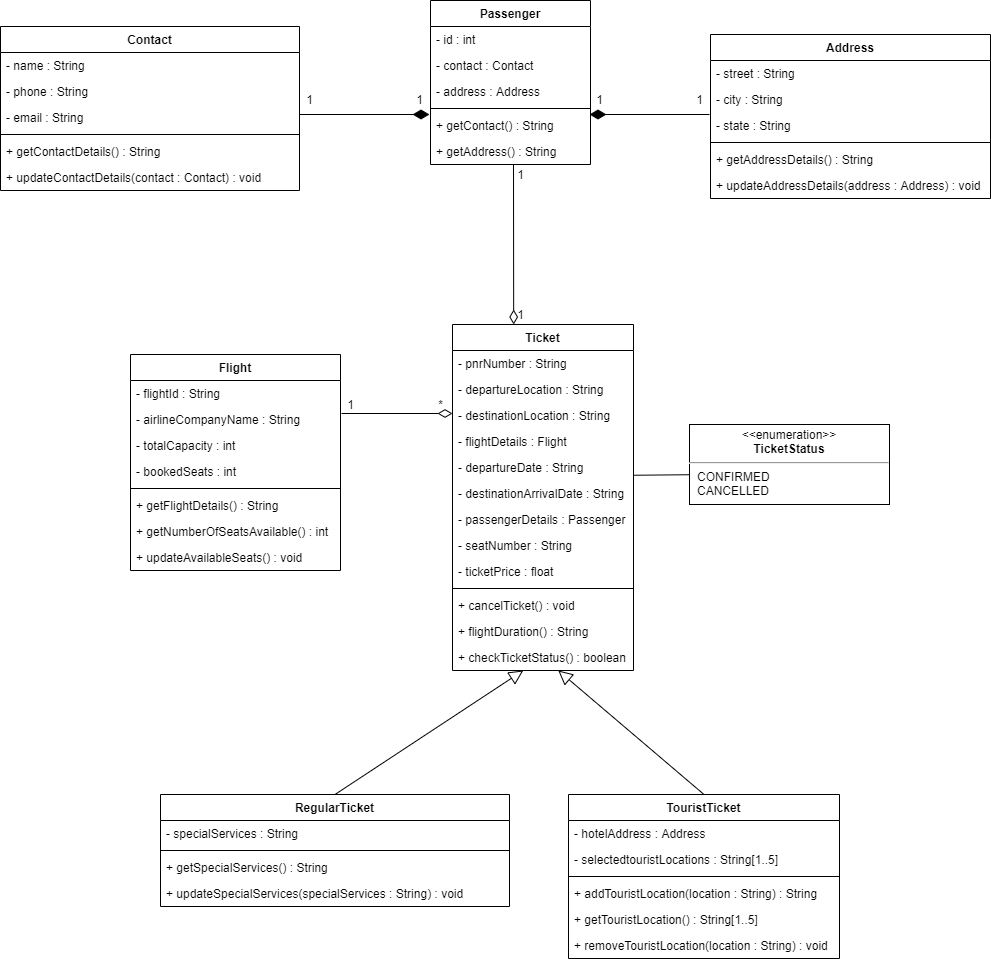
SilentSaint/FlightReservationSystemOOAD keeps this draw.io diagram as FRPpng.png. Above is the earlier version. Source tidied: cells renumbered, new cells last; positions are measured from the earlier drawing's top-left corner, leaving out a move shared by most shapes.
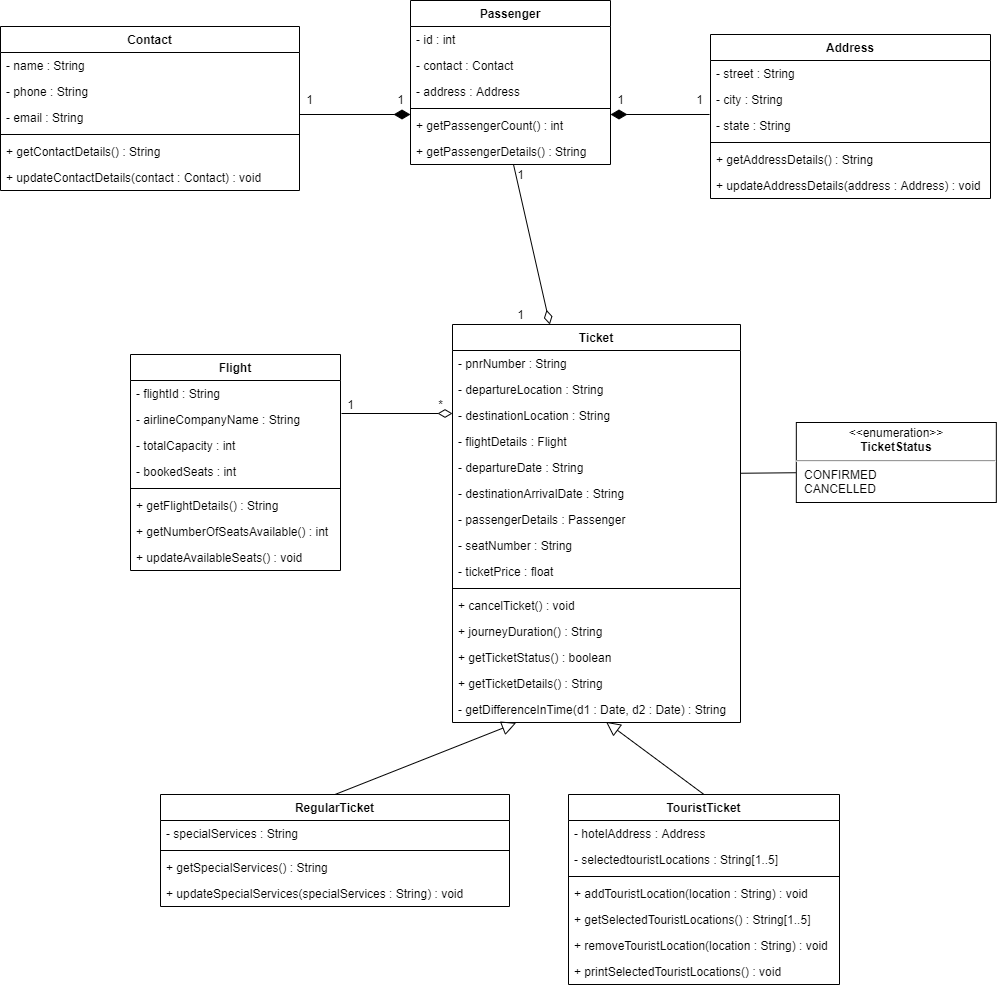
After the change.

Commit message:
updated UML diagrams and completed all the requirements of checkpoint 4

Diff of the diagram source:
```diff
@@ -4,13 +4,13 @@
     <mxCell id="1" parent="0" />
     <mxCell id="2" style="endArrow=none;html=1;endSize=12;startArrow=diamondThin;startSize=14;startFill=1;edgeStyle=orthogonalEdgeStyle;align=left;verticalAlign=bottom;endFill=0;" parent="1" edge="1">
       <mxGeometry x="-1" y="3" relative="1" as="geometry">
-        <mxPoint x="429" y="114" as="sourcePoint" />
+        <mxPoint x="410" y="114" as="sourcePoint" />
         <mxPoint x="299" y="114" as="targetPoint" />
       </mxGeometry>
     </mxCell>
     <mxCell id="3" style="endArrow=none;html=1;endSize=12;startArrow=diamondThin;startSize=14;startFill=1;edgeStyle=orthogonalEdgeStyle;align=left;verticalAlign=bottom;endFill=0;" parent="1" edge="1">
       <mxGeometry x="-0.83" y="20" relative="1" as="geometry">
-        <mxPoint x="589" y="114" as="sourcePoint" />
+        <mxPoint x="610" y="114" as="sourcePoint" />
         <mxPoint x="709" y="114" as="targetPoint" />
       </mxGeometry>
     </mxCell>
@@ -18,56 +18,62 @@
       <mxGeometry x="299" y="89" width="20" height="20" as="geometry" />
     </mxCell>
     <mxCell id="5" value="1" style="text;html=1;align=center;verticalAlign=middle;" parent="1" vertex="1">
-      <mxGeometry x="409" y="89" width="20" height="20" as="geometry" />
+      <mxGeometry x="390" y="89" width="20" height="20" as="geometry" />
     </mxCell>
     <mxCell id="6" value="1" style="text;html=1;align=center;verticalAlign=middle;" parent="1" vertex="1">
-      <mxGeometry x="589" y="89" width="20" height="20" as="geometry" />
+      <mxGeometry x="610" y="89" width="20" height="20" as="geometry" />
     </mxCell>
     <mxCell id="7" value="1" style="text;html=1;align=center;verticalAlign=middle;" parent="1" vertex="1">
       <mxGeometry x="689" y="89" width="20" height="20" as="geometry" />
     </mxCell>
     <mxCell id="8" value="Ticket" style="swimlane;fontStyle=1;align=center;verticalAlign=top;horizontal=1;startSize=26;" parent="1" vertex="1">
-      <mxGeometry x="452" y="324" width="181" height="346" as="geometry" />
+      <mxGeometry x="452" y="324" width="288" height="398" as="geometry" />
     </mxCell>
     <mxCell id="9" value="- pnrNumber : String" style="text;strokeColor=none;fillColor=none;align=left;verticalAlign=top;spacingLeft=4;spacingRight=4;overflow=hidden;" parent="8" vertex="1">
-      <mxGeometry y="26" width="181" height="26" as="geometry" />
+      <mxGeometry y="26" width="288" height="26" as="geometry" />
     </mxCell>
     <mxCell id="10" value="- departureLocation : String" style="text;strokeColor=none;fillColor=none;align=left;verticalAlign=top;spacingLeft=4;spacingRight=4;overflow=hidden;" parent="8" vertex="1">
-      <mxGeometry y="52" width="181" height="26" as="geometry" />
+      <mxGeometry y="52" width="288" height="26" as="geometry" />
     </mxCell>
     <mxCell id="11" value="- destinationLocation : String" style="text;strokeColor=none;fillColor=none;align=left;verticalAlign=top;spacingLeft=4;spacingRight=4;overflow=hidden;" parent="8" vertex="1">
-      <mxGeometry y="78" width="181" height="26" as="geometry" />
+      <mxGeometry y="78" width="288" height="26" as="geometry" />
     </mxCell>
     <mxCell id="12" value="- flightDetails : Flight" style="text;strokeColor=none;fillColor=none;align=left;verticalAlign=top;spacingLeft=4;spacingRight=4;overflow=hidden;" parent="8" vertex="1">
-      <mxGeometry y="104" width="181" height="26" as="geometry" />
+      <mxGeometry y="104" width="288" height="26" as="geometry" />
     </mxCell>
     <mxCell id="13" value="- departureDate : String" style="text;strokeColor=none;fillColor=none;align=left;verticalAlign=top;spacingLeft=4;spacingRight=4;overflow=hidden;points=[[0,0.5],[1,0.5]];portConstraint=eastwest;" parent="8" vertex="1">
-      <mxGeometry y="130" width="181" height="26" as="geometry" />
+      <mxGeometry y="130" width="288" height="26" as="geometry" />
     </mxCell>
     <mxCell id="14" value="- destinationArrivalDate : String" style="text;strokeColor=none;fillColor=none;align=left;verticalAlign=top;spacingLeft=4;spacingRight=4;overflow=hidden;" parent="8" vertex="1">
-      <mxGeometry y="156" width="181" height="26" as="geometry" />
+      <mxGeometry y="156" width="288" height="26" as="geometry" />
     </mxCell>
     <mxCell id="15" value="- passengerDetails : Passenger" style="text;strokeColor=none;fillColor=none;align=left;verticalAlign=top;spacingLeft=4;spacingRight=4;overflow=hidden;" parent="8" vertex="1">
-      <mxGeometry y="182" width="181" height="26" as="geometry" />
+      <mxGeometry y="182" width="288" height="26" as="geometry" />
     </mxCell>
     <mxCell id="16" value="- seatNumber : String" style="text;strokeColor=none;fillColor=none;align=left;verticalAlign=top;spacingLeft=4;spacingRight=4;overflow=hidden;" parent="8" vertex="1">
-      <mxGeometry y="208" width="181" height="26" as="geometry" />
+      <mxGeometry y="208" width="288" height="26" as="geometry" />
     </mxCell>
     <mxCell id="17" value="- ticketPrice : float" style="text;strokeColor=none;fillColor=none;align=left;verticalAlign=top;spacingLeft=4;spacingRight=4;overflow=hidden;" parent="8" vertex="1">
-      <mxGeometry y="234" width="181" height="26" as="geometry" />
+      <mxGeometry y="234" width="288" height="26" as="geometry" />
     </mxCell>
     <mxCell id="18" style="line;strokeWidth=1;fillColor=none;align=left;verticalAlign=middle;spacingTop=-1;spacingLeft=3;spacingRight=3;labelPosition=right;" parent="8" vertex="1">
-      <mxGeometry y="260" width="181" height="8" as="geometry" />
+      <mxGeometry y="260" width="288" height="8" as="geometry" />
     </mxCell>
     <mxCell id="19" value="+ cancelTicket() : void" style="text;strokeColor=none;fillColor=none;align=left;verticalAlign=top;spacingLeft=4;spacingRight=4;overflow=hidden;" parent="8" vertex="1">
-      <mxGeometry y="268" width="181" height="26" as="geometry" />
+      <mxGeometry y="268" width="288" height="26" as="geometry" />
     </mxCell>
-    <mxCell id="20" value="+ flightDuration() : String" style="text;strokeColor=none;fillColor=none;align=left;verticalAlign=top;spacingLeft=4;spacingRight=4;overflow=hidden;" parent="8" vertex="1">
-      <mxGeometry y="294" width="181" height="26" as="geometry" />
+    <mxCell id="20" value="+ journeyDuration() : String" style="text;strokeColor=none;fillColor=none;align=left;verticalAlign=top;spacingLeft=4;spacingRight=4;overflow=hidden;" parent="8" vertex="1">
+      <mxGeometry y="294" width="288" height="26" as="geometry" />
     </mxCell>
-    <mxCell id="21" value="+ checkTicketStatus() : boolean" style="text;strokeColor=none;fillColor=none;align=left;verticalAlign=top;spacingLeft=4;spacingRight=4;overflow=hidden;points=[[0,0.5],[1,0.5]];portConstraint=eastwest;" parent="8" vertex="1">
-      <mxGeometry y="320" width="181" height="26" as="geometry" />
+    <mxCell id="21" value="+ getTicketStatus() : boolean" style="text;strokeColor=none;fillColor=none;align=left;verticalAlign=top;spacingLeft=4;spacingRight=4;overflow=hidden;points=[[0,0.5],[1,0.5]];portConstraint=eastwest;" parent="8" vertex="1">
+      <mxGeometry y="320" width="288" height="26" as="geometry" />
     </mxCell>
+    <mxCell id="74" value="+ getTicketDetails() : String" style="text;strokeColor=none;fillColor=none;align=left;verticalAlign=top;spacingLeft=4;spacingRight=4;overflow=hidden;" parent="8" vertex="1">
+      <mxGeometry y="346" width="288" height="26" as="geometry" />
+    </mxCell>
+    <mxCell id="75" value="- getDifferenceInTime(d1 : Date, d2 : Date) : String " style="text;strokeColor=none;fillColor=none;align=left;verticalAlign=top;spacingLeft=4;spacingRight=4;overflow=hidden;points=[[0,0.5],[1,0.5]];portConstraint=eastwest;" parent="8" vertex="1">
+      <mxGeometry y="372" width="288" height="26" as="geometry" />
+    </mxCell>
     <mxCell id="22" value="RegularTicket" style="swimlane;fontStyle=1;align=center;verticalAlign=top;horizontal=1;startSize=26;" parent="1" vertex="1">
       <mxGeometry x="160" y="794" width="349" height="112" as="geometry" />
     </mxCell>
@@ -84,7 +90,7 @@
       <mxGeometry y="86" width="349" height="26" as="geometry" />
     </mxCell>
     <mxCell id="27" value="TouristTicket" style="swimlane;fontStyle=1;align=center;verticalAlign=top;horizontal=1;startSize=26;" parent="1" vertex="1">
-      <mxGeometry x="568" y="794" width="271" height="164" as="geometry" />
+      <mxGeometry x="568" y="794" width="271" height="190" as="geometry" />
     </mxCell>
     <mxCell id="28" value="- hotelAddress : Address" style="text;strokeColor=none;fillColor=none;align=left;verticalAlign=top;spacingLeft=4;spacingRight=4;overflow=hidden;" parent="27" vertex="1">
       <mxGeometry y="26" width="271" height="26" as="geometry" />
@@ -95,15 +101,18 @@
     <mxCell id="30" style="line;strokeWidth=1;fillColor=none;align=left;verticalAlign=middle;spacingTop=-1;spacingLeft=3;spacingRight=3;labelPosition=right;" parent="27" vertex="1">
       <mxGeometry y="78" width="271" height="8" as="geometry" />
     </mxCell>
-    <mxCell id="31" value="+ addTouristLocation(location : String) : String" style="text;strokeColor=none;fillColor=none;align=left;verticalAlign=top;spacingLeft=4;spacingRight=4;overflow=hidden;" parent="27" vertex="1">
+    <mxCell id="31" value="+ addTouristLocation(location : String) : void" style="text;strokeColor=none;fillColor=none;align=left;verticalAlign=top;spacingLeft=4;spacingRight=4;overflow=hidden;" parent="27" vertex="1">
       <mxGeometry y="86" width="271" height="26" as="geometry" />
     </mxCell>
-    <mxCell id="32" value="+ getTouristLocation() : String[1..5]" style="text;strokeColor=none;fillColor=none;align=left;verticalAlign=top;spacingLeft=4;spacingRight=4;overflow=hidden;" parent="27" vertex="1">
+    <mxCell id="32" value="+ getSelectedTouristLocations() : String[1..5]" style="text;strokeColor=none;fillColor=none;align=left;verticalAlign=top;spacingLeft=4;spacingRight=4;overflow=hidden;" parent="27" vertex="1">
       <mxGeometry y="112" width="271" height="26" as="geometry" />
     </mxCell>
     <mxCell id="33" value="+ removeTouristLocation(location : String) : void" style="text;strokeColor=none;fillColor=none;align=left;verticalAlign=top;spacingLeft=4;spacingRight=4;overflow=hidden;" parent="27" vertex="1">
       <mxGeometry y="138" width="271" height="26" as="geometry" />
     </mxCell>
+    <mxCell id="76" value="+ printSelectedTouristLocations() : void" style="text;strokeColor=none;fillColor=none;align=left;verticalAlign=top;spacingLeft=4;spacingRight=4;overflow=hidden;" parent="27" vertex="1">
+      <mxGeometry y="164" width="271" height="26" as="geometry" />
+    </mxCell>
     <mxCell id="34" value="Flight" style="swimlane;fontStyle=1;align=center;verticalAlign=top;horizontal=1;startSize=26;" parent="1" vertex="1">
       <mxGeometry x="130" y="354" width="210" height="216" as="geometry" />
     </mxCell>
@@ -131,10 +140,10 @@
     <mxCell id="42" value="+ updateAvailableSeats() : void" style="text;strokeColor=none;fillColor=none;align=left;verticalAlign=top;spacingLeft=4;spacingRight=4;overflow=hidden;" parent="34" vertex="1">
       <mxGeometry y="190" width="210" height="26" as="geometry" />
     </mxCell>
-    <mxCell id="43" style="endArrow=block;endFill=0;endSize=12;html=1;exitX=0.5;exitY=0;exitDx=0;exitDy=0;" parent="1" edge="1" source="22" target="21">
+    <mxCell id="43" style="endArrow=block;endFill=0;endSize=12;html=1;exitX=0.5;exitY=0;exitDx=0;exitDy=0;entryX=0.221;entryY=1.015;entryDx=0;entryDy=0;entryPerimeter=0;" parent="1" edge="1" source="22" target="75">
       <mxGeometry relative="1" as="geometry" />
     </mxCell>
-    <mxCell id="44" style="endArrow=block;endFill=0;endSize=12;html=1;exitX=0.5;exitY=0;exitDx=0;exitDy=0;" parent="1" edge="1" source="27" target="21">
+    <mxCell id="44" style="endArrow=block;endFill=0;endSize=12;html=1;exitX=0.5;exitY=0;exitDx=0;exitDy=0;entryX=0.533;entryY=0.974;entryDx=0;entryDy=0;entryPerimeter=0;" parent="1" edge="1" source="27" target="75">
       <mxGeometry relative="1" as="geometry" />
     </mxCell>
     <mxCell id="45" style="endArrow=diamondThin;endFill=0;endSize=12;html=1;" parent="1" edge="1">
@@ -203,31 +212,33 @@
       <mxGeometry y="138" width="280" height="26" as="geometry" />
     </mxCell>
     <mxCell id="65" value="Passenger" style="swimlane;fontStyle=1;align=center;verticalAlign=top;horizontal=1;startSize=26;" parent="1" vertex="1">
-      <mxGeometry x="430" width="160" height="164" as="geometry" />
+      <mxGeometry x="410" width="200" height="164" as="geometry" />
     </mxCell>
     <mxCell id="66" value="- id : int" style="text;strokeColor=none;fillColor=none;align=left;verticalAlign=top;spacingLeft=4;spacingRight=4;overflow=hidden;" parent="65" vertex="1">
-      <mxGeometry y="26" width="160" height="26" as="geometry" />
+      <mxGeometry y="26" width="200" height="26" as="geometry" />
     </mxCell>
     <mxCell id="67" value="- contact : Contact" style="text;strokeColor=none;fillColor=none;align=left;verticalAlign=top;spacingLeft=4;spacingRight=4;overflow=hidden;" parent="65" vertex="1">
-      <mxGeometry y="52" width="160" height="26" as="geometry" />
+      <mxGeometry y="52" width="200" height="26" as="geometry" />
     </mxCell>
     <mxCell id="68" value="- address : Address" style="text;strokeColor=none;fillColor=none;align=left;verticalAlign=top;spacingLeft=4;spacingRight=4;overflow=hidden;" parent="65" vertex="1">
-      <mxGeometry y="78" width="160" height="26" as="geometry" />
+      <mxGeometry y="78" width="200" height="26" as="geometry" />
     </mxCell>
     <mxCell id="69" style="line;strokeWidth=1;fillColor=none;align=left;verticalAlign=middle;spacingTop=-1;spacingLeft=3;spacingRight=3;labelPosition=right;" parent="65" vertex="1">
-      <mxGeometry y="104" width="160" height="8" as="geometry" />
+      <mxGeometry y="104" width="200" height="8" as="geometry" />
     </mxCell>
-    <mxCell id="70" value="+ getContact() : String" style="text;strokeColor=none;fillColor=none;align=left;verticalAlign=top;spacingLeft=4;spacingRight=4;overflow=hidden;" parent="65" vertex="1">
-      <mxGeometry y="112" width="160" height="26" as="geometry" />
+    <mxCell id="70" value="+ getPassengerCount() : int" style="text;strokeColor=none;fillColor=none;align=left;verticalAlign=top;spacingLeft=4;spacingRight=4;overflow=hidden;" parent="65" vertex="1">
+      <mxGeometry y="112" width="200" height="26" as="geometry" />
     </mxCell>
-    <mxCell id="71" value="+ getAddress() : String" style="text;strokeColor=none;fillColor=none;align=left;verticalAlign=top;spacingLeft=4;spacingRight=4;overflow=hidden;" parent="65" vertex="1">
-      <mxGeometry y="138" width="160" height="26" as="geometry" />
+    <mxCell id="71" value="+ getPassengerDetails() : String" style="text;strokeColor=none;fillColor=none;align=left;verticalAlign=top;spacingLeft=4;spacingRight=4;overflow=hidden;" parent="65" vertex="1">
+      <mxGeometry y="138" width="200" height="26" as="geometry" />
     </mxCell>
     <mxCell id="72" value="&lt;p style=&quot;margin: 0px ; margin-top: 4px ; text-align: center&quot;&gt;&amp;lt;&amp;lt;enumeration&amp;gt;&amp;gt;&lt;br&gt;&lt;b&gt;TicketStatus&lt;/b&gt;&lt;/p&gt;&lt;hr&gt;&lt;p style=&quot;margin: 0px ; margin-left: 8px ; text-align: left&quot;&gt;CONFIRMED&lt;br&gt;CANCELLED&lt;/p&gt;" style="shape=rect;html=1;overflow=fill;whiteSpace=wrap;" parent="1" vertex="1">
-      <mxGeometry x="689" y="424" width="200" height="80" as="geometry" />
+      <mxGeometry x="795.8" y="422" width="200" height="80" as="geometry" />
     </mxCell>
-    <mxCell id="73" style="endArrow=none;html=1;exitX=1.001;exitY=0.798;exitDx=0;exitDy=0;exitPerimeter=0;entryX=-0.003;entryY=0.628;entryDx=0;entryDy=0;entryPerimeter=0;" parent="1" edge="1" source="13" target="72">
-      <mxGeometry relative="1" as="geometry" />
+    <mxCell id="73" style="endArrow=none;html=1;exitX=1.001;exitY=0.798;exitDx=0;exitDy=0;exitPerimeter=0;entryX=-0.003;entryY=0.628;entryDx=0;entryDy=0;entryPerimeter=0;" parent="1" edge="1" target="72">
+      <mxGeometry relative="1" as="geometry">
+        <mxPoint x="740" y="472.7" as="sourcePoint" />
+      </mxGeometry>
     </mxCell>
   </root>
 </mxGraphModel>
```
